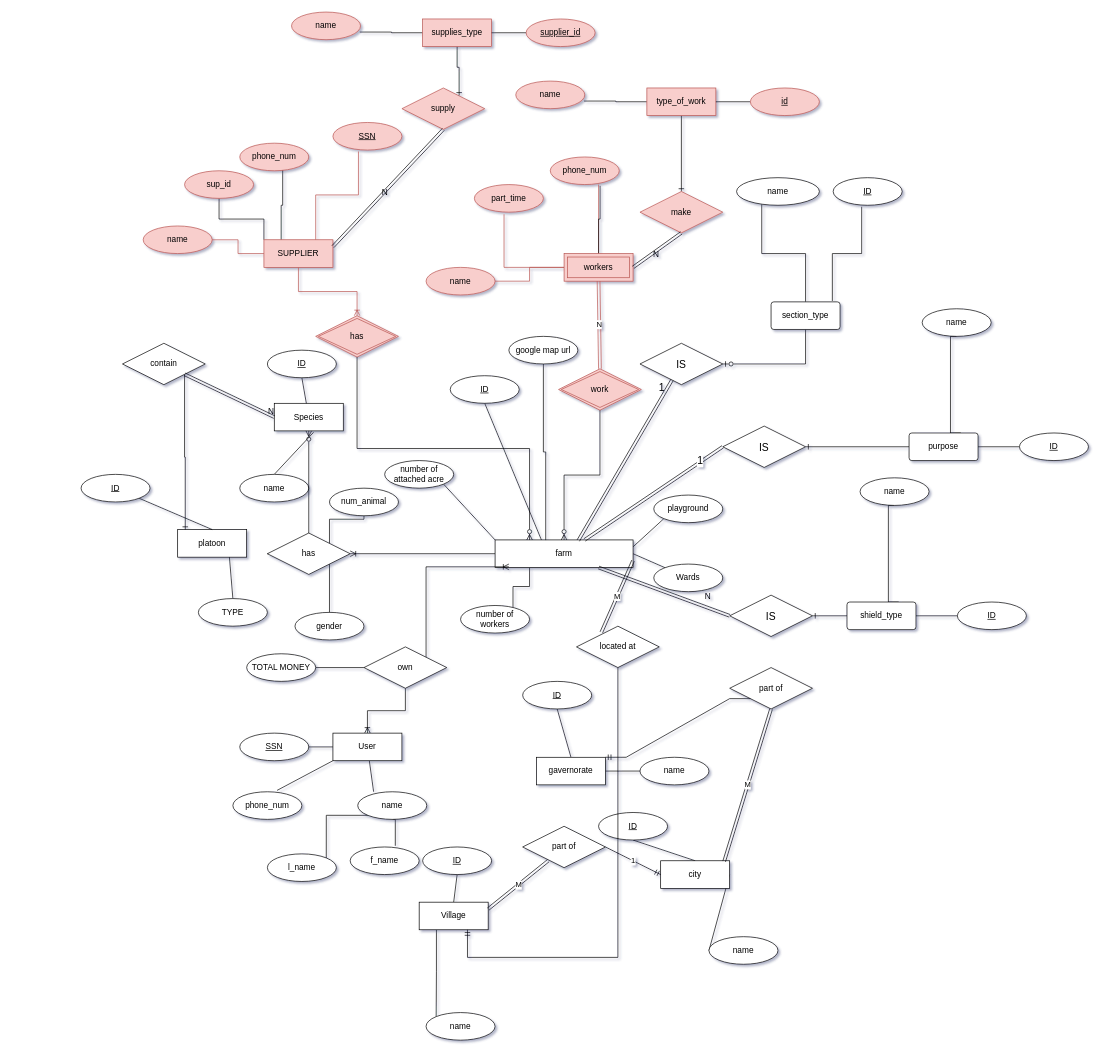
githubmohame/Digitalizing-livestock keeps this draw.io diagram as final project year_erd.drawio. Above is the earlier version. Source tidied: cells renumbered, new cells numbered last; positions are measured from the earlier drawing's top-left corner, leaving out a move shared by most shapes. Both pictures are drawn from the tidied source at 69%, with x=0, y=0 at pixel (81, 12).
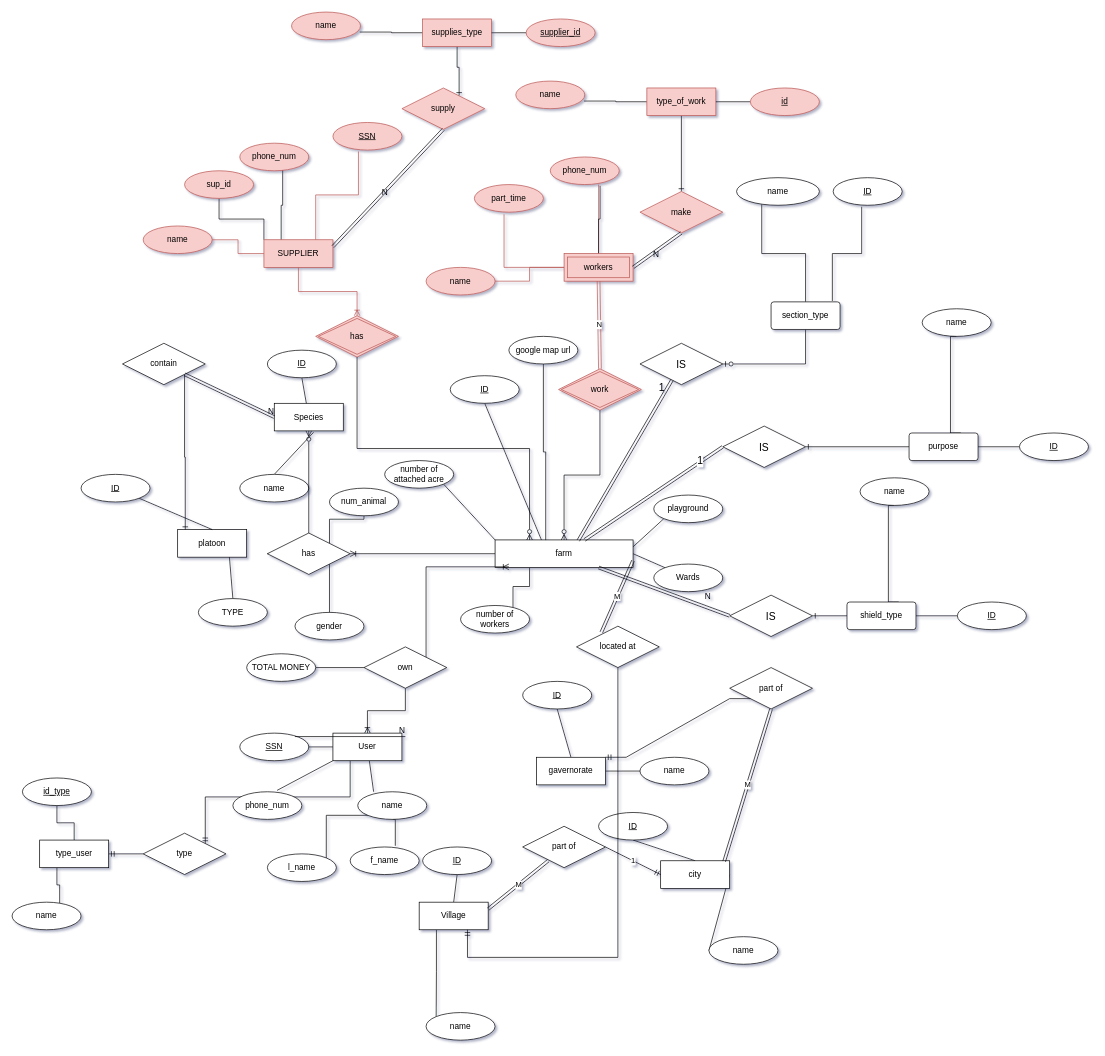
After the change.

Unchanged cells that the change refers to:
```xml
<mxCell id="19" value="User" style="rounded=0;arcSize=10;whiteSpace=wrap;html=1;align=center;" parent="1" vertex="1">
  <mxGeometry x="365" y="1045" width="100" height="40" as="geometry" />
</mxCell>
```

Diff of the diagram source:
```diff
@@
+    <mxCell id="145" style="edgeStyle=orthogonalEdgeStyle;rounded=0;jettySize=auto;html=1;exitX=0.25;exitY=1;exitDx=0;exitDy=0;entryX=1;entryY=0;entryDx=0;entryDy=0;endArrow=ERmandOne;endFill=0;" parent="1" edge="1" source="19" target="147">
+      <mxGeometry relative="1" as="geometry" />
+    </mxCell>
@@
+    <mxCell id="146" style="edgeStyle=orthogonalEdgeStyle;rounded=0;jettySize=auto;html=1;exitX=0;exitY=0.5;exitDx=0;exitDy=0;startArrow=none;startFill=0;endArrow=ERmandOne;endFill=0;" parent="1" edge="1" source="147" target="150">
+      <mxGeometry relative="1" as="geometry" />
+    </mxCell>
+    <mxCell id="147" value="type" style="shape=rhombus;perimeter=rhombusPerimeter;whiteSpace=wrap;html=1;align=center;" parent="1" vertex="1">
+      <mxGeometry x="90" y="1190" width="120" height="60" as="geometry" />
+    </mxCell>
+    <mxCell id="148" style="edgeStyle=orthogonalEdgeStyle;rounded=0;jettySize=auto;html=1;exitX=0.5;exitY=0;exitDx=0;exitDy=0;startArrow=none;startFill=0;endArrow=none;endFill=0;" parent="1" edge="1" source="150" target="151">
+      <mxGeometry relative="1" as="geometry" />
+    </mxCell>
+    <mxCell id="149" style="edgeStyle=orthogonalEdgeStyle;rounded=0;jettySize=auto;html=1;exitX=0.25;exitY=1;exitDx=0;exitDy=0;entryX=0.69;entryY=0.05;entryDx=0;entryDy=0;entryPerimeter=0;startArrow=none;startFill=0;endArrow=none;endFill=0;" parent="1" edge="1" source="150" target="154">
+      <mxGeometry relative="1" as="geometry" />
+    </mxCell>
+    <mxCell id="150" value="type_user" style="whiteSpace=wrap;html=1;align=center;" parent="1" vertex="1">
+      <mxGeometry x="-60" y="1200" width="100" height="40" as="geometry" />
+    </mxCell>
+    <mxCell id="151" value="id_type" style="ellipse;whiteSpace=wrap;html=1;align=center;fontStyle=4;" parent="1" vertex="1">
+      <mxGeometry x="-85" y="1110" width="100" height="40" as="geometry" />
+    </mxCell>
+    <mxCell id="152" style="endArrow=none;html=1;rounded=0;" parent="1" edge="1">
+      <mxGeometry relative="1" as="geometry">
+        <mxPoint x="310" y="1050" as="sourcePoint" />
+        <mxPoint x="470" y="1050" as="targetPoint" />
+      </mxGeometry>
+    </mxCell>
+    <mxCell id="153" value="N" style="html=1;align=right;verticalAlign=bottom;" parent="152" vertex="1">
+      <mxGeometry x="1" relative="1" as="geometry" />
+    </mxCell>
+    <mxCell id="154" value="name" style="ellipse;whiteSpace=wrap;html=1;align=center;" parent="1" vertex="1">
+      <mxGeometry x="-100" y="1290" width="100" height="40" as="geometry" />
+    </mxCell>
```
